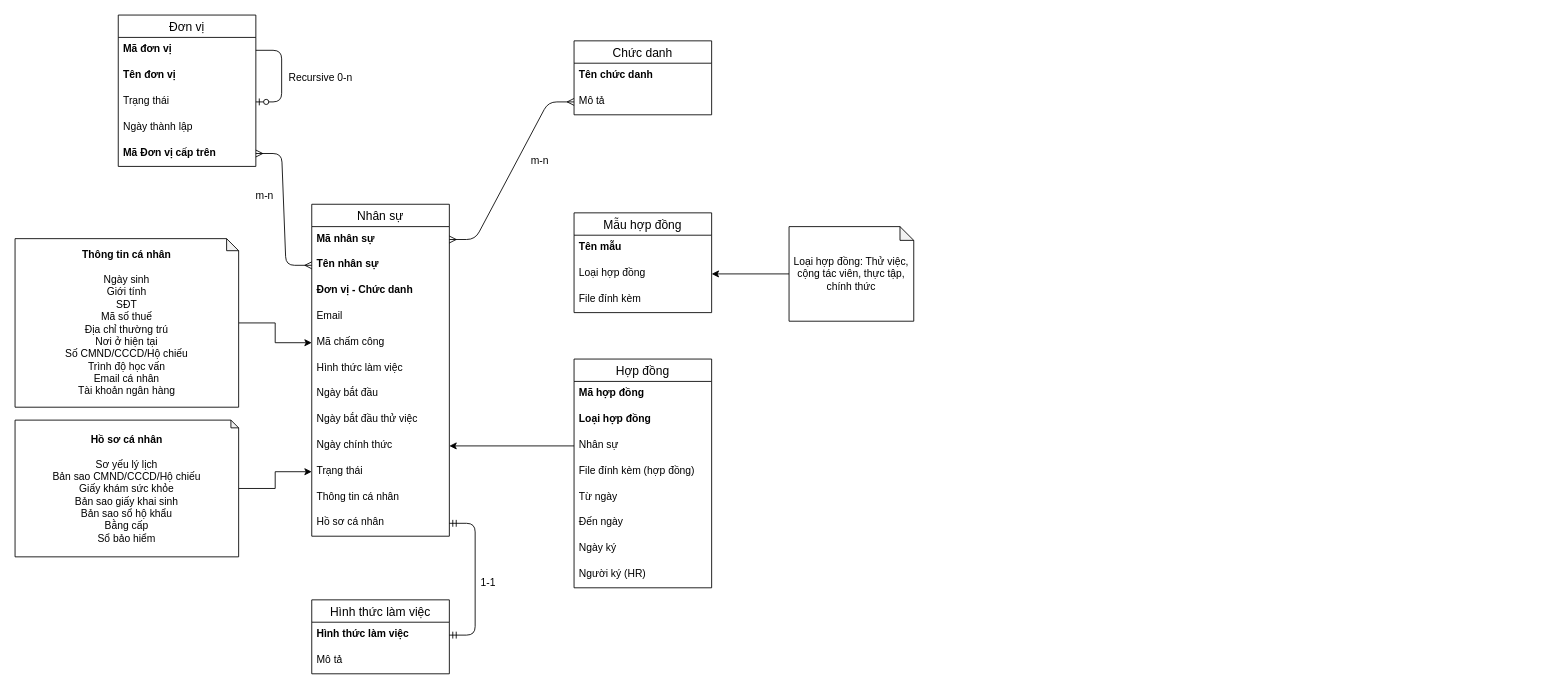
Before: [DM] Rabiloo HRM.drawio in b0bby0ne/business-analyst, a draw.io diagram. Source tidied: cells renumbered, new cells numbered last; positions are measured from the earlier drawing's top-left corner, leaving out a move shared by most shapes. Both pictures are drawn from the tidied source at 86%, with x=0, y=0 at pixel (15, 15).
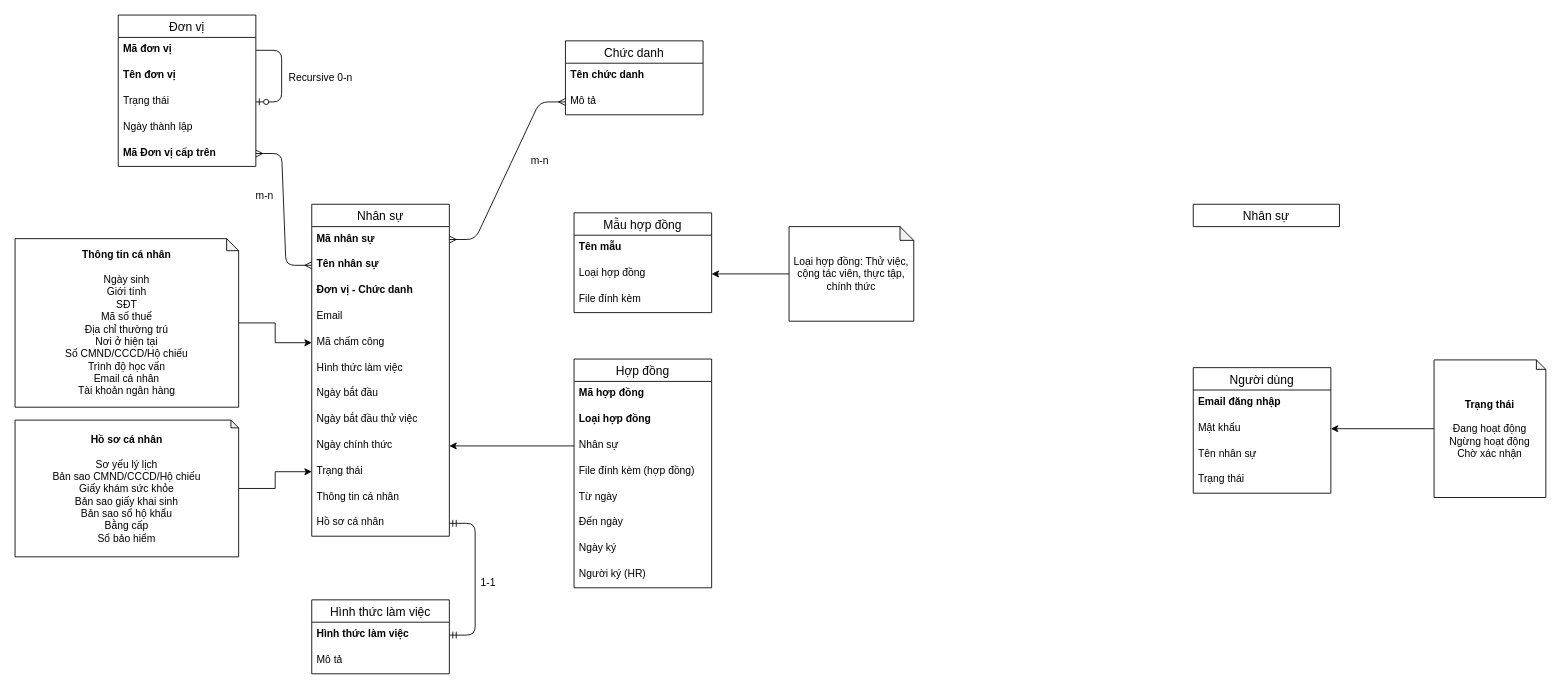
Above is the later version.

The edit, as a diff of the source:
```diff
@@
     <mxCell id="9" value="Chức danh" style="swimlane;fontStyle=0;horizontal=1;startSize=26;align=center;fontSize=14;" parent="1" vertex="1">
-      <mxGeometry x="650" y="30" width="160" height="86" as="geometry" />
+      <mxGeometry x="640" y="30" width="160" height="86" as="geometry" />
     </mxCell>
@@
+    <mxCell id="55" value="Nhân sự" style="swimlane;fontStyle=0;horizontal=1;startSize=26;align=center;fontSize=14;" parent="1" vertex="1" collapsed="1">
+      <mxGeometry x="1370" y="220" width="170" height="26" as="geometry" />
+    </mxCell>
+    <mxCell id="56" value="Người dùng" style="swimlane;fontStyle=0;horizontal=1;startSize=26;align=center;fontSize=14;" parent="1" vertex="1">
+      <mxGeometry x="1370" y="410" width="160" height="146" as="geometry" />
+    </mxCell>
+    <mxCell id="57" value="Email đăng nhập" style="text;strokeColor=none;fillColor=none;spacingLeft=4;spacingRight=4;overflow=hidden;fontSize=12;fontStyle=1;" parent="56" vertex="1">
+      <mxGeometry y="26" width="160" height="30" as="geometry" />
+    </mxCell>
+    <mxCell id="58" value="Mật khẩu" style="text;strokeColor=none;fillColor=none;spacingLeft=4;spacingRight=4;overflow=hidden;points=[[0,0.5],[1,0.5]];portConstraint=eastwest;fontSize=12;" parent="56" vertex="1">
+      <mxGeometry y="56" width="160" height="30" as="geometry" />
+    </mxCell>
+    <mxCell id="59" value="Tên nhân sự" style="text;strokeColor=none;fillColor=none;spacingLeft=4;spacingRight=4;overflow=hidden;fontSize=12;" parent="56" vertex="1">
+      <mxGeometry y="86" width="160" height="30" as="geometry" />
+    </mxCell>
+    <mxCell id="60" value="Trạng thái" style="text;strokeColor=none;fillColor=none;spacingLeft=4;spacingRight=4;overflow=hidden;fontSize=12;" parent="56" vertex="1">
+      <mxGeometry y="116" width="160" height="30" as="geometry" />
+    </mxCell>
+    <mxCell id="61" style="edgeStyle=orthogonalEdgeStyle;rounded=0;jettySize=auto;html=1;entryX=1;entryY=0.5;entryDx=0;entryDy=0;" parent="1" edge="1" source="62" target="58">
+      <mxGeometry relative="1" as="geometry" />
+    </mxCell>
+    <mxCell id="62" value="&lt;b&gt;Trạng thái&lt;br&gt;&lt;/b&gt;&lt;br&gt;Đang hoạt động&lt;br&gt;Ngừng hoạt động&lt;br&gt;Chờ xác nhận" style="shape=note;whiteSpace=wrap;html=1;backgroundOutline=1;darkOpacity=0.05;size=11;" parent="1" vertex="1">
+      <mxGeometry x="1650" y="401" width="130" height="160" as="geometry" />
+    </mxCell>
```
